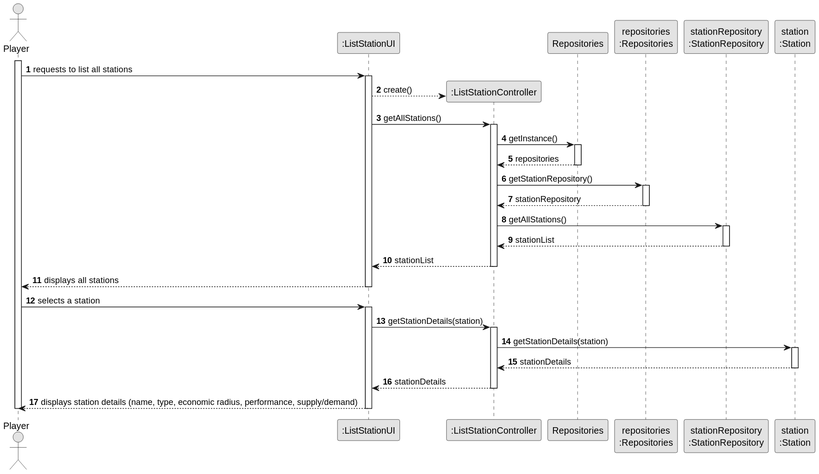
The PlantUML diagram docs/system-documentation/sprint 3/US07/03.design/svg/US07-SD-full.svg in Educ00/mdisc-2425, before a commit. Its diagram source:
```plantuml
@startuml
skinparam monochrome true
skinparam packageStyle rectangle
skinparam shadowing false

autonumber

actor "Player" as PLAYER
participant ":ListStationUI" as UI
participant ":ListStationController" as CTRL
participant "Repositories" as REPOS
participant "repositories\n:Repositories" as REPOS_SINGLETON
participant "stationRepository\n:StationRepository" as STATION_REPO
participant "station\n:Station" as STATION

activate PLAYER

    PLAYER -> UI : requests to list all stations
    activate UI

           UI --> CTRL** : create()

        UI -> CTRL : getAllStations()
        activate CTRL

            CTRL -> REPOS : getInstance()
            activate REPOS
                REPOS --> CTRL : repositories
            deactivate REPOS

            CTRL -> REPOS_SINGLETON : getStationRepository()
            activate REPOS_SINGLETON
                REPOS_SINGLETON --> CTRL : stationRepository
            deactivate REPOS_SINGLETON

            CTRL -> STATION_REPO : getAllStations()
            activate STATION_REPO
                STATION_REPO --> CTRL : stationList
            deactivate STATION_REPO

            CTRL --> UI : stationList
        deactivate CTRL

        UI --> PLAYER : displays all stations
    deactivate UI

    PLAYER -> UI : selects a station
    activate UI

        UI -> CTRL : getStationDetails(station)
        activate CTRL

            CTRL -> STATION : getStationDetails(station)
            activate STATION

                STATION --> CTRL : stationDetails
            deactivate STATION

            CTRL --> UI : stationDetails
        deactivate CTRL

        UI --> PLAYER : displays station details (name, type, economic radius, performance, supply/demand)
    deactivate UI

deactivate PLAYER
@enduml
```
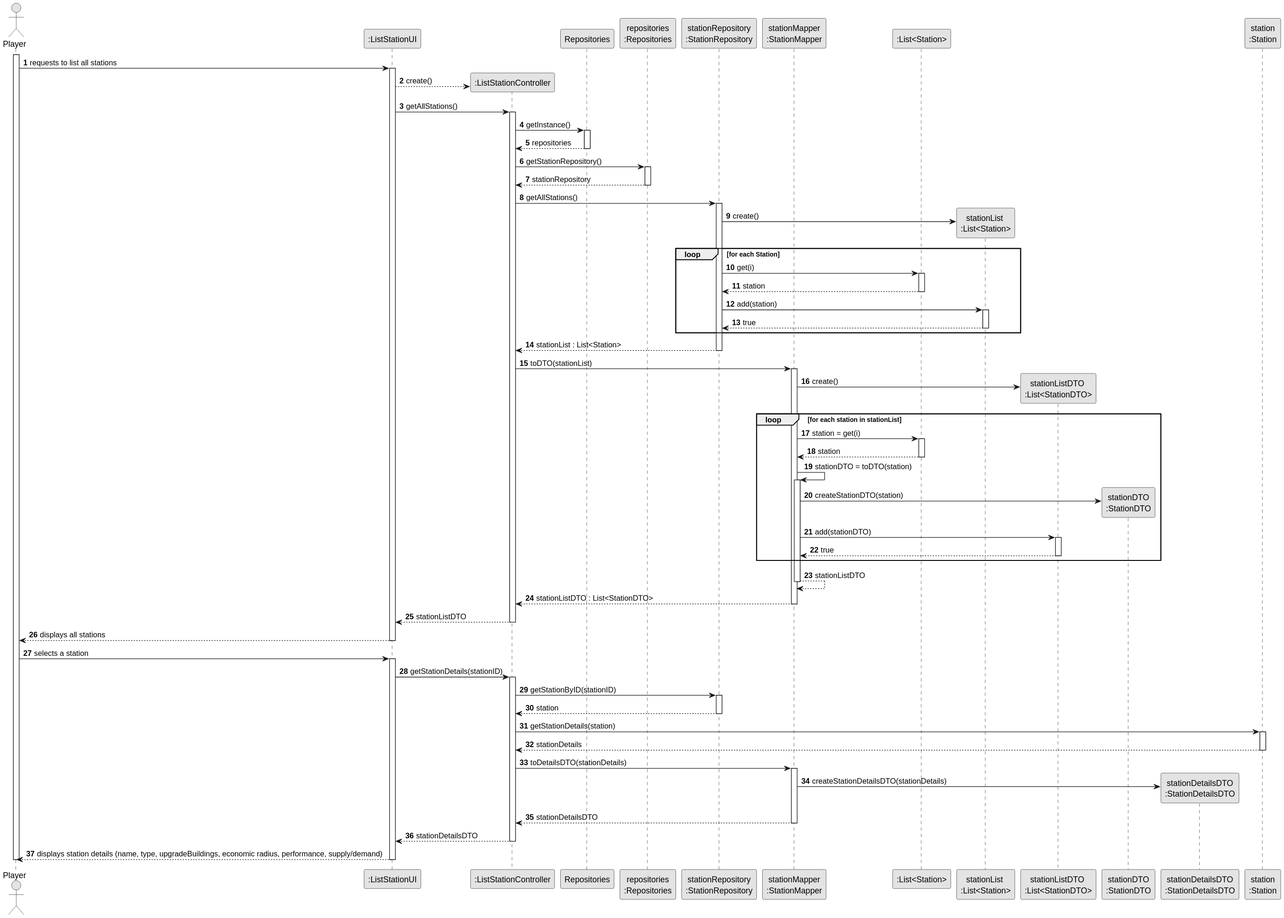
After the commit.

Diff of the diagram source:
```diff
@@ -1,24 +1,30 @@
 @startuml
-skinparam monochrome true
-skinparam packageStyle rectangle
-skinparam shadowing false
+    skinparam monochrome true
+    skinparam packageStyle rectangle
+    skinparam shadowing false
 
-autonumber
+    autonumber
 
-actor "Player" as PLAYER
-participant ":ListStationUI" as UI
-participant ":ListStationController" as CTRL
-participant "Repositories" as REPOS
-participant "repositories\n:Repositories" as REPOS_SINGLETON
-participant "stationRepository\n:StationRepository" as STATION_REPO
-participant "station\n:Station" as STATION
+    actor "Player" as PLAYER
+    participant ":ListStationUI" as UI
+    participant ":ListStationController" as CTRL
+    participant "Repositories" as REPOS
+    participant "repositories\n:Repositories" as REPOS_SINGLETON
+    participant "stationRepository\n:StationRepository" as STATION_REPO
+    participant "stationMapper\n:StationMapper" as StationMapper
+    participant ":List<Station>" as ListStation
+    participant "stationList \n:List<Station>" as stationList
+    participant "stationListDTO \n:List<StationDTO>" as StationListDto
+    participant "stationDTO\n:StationDTO" as StationDto
+    participant "stationDetailsDTO\n:StationDetailsDTO" as StationDetailsDto
+    participant "station\n:Station" as STATION
 
-activate PLAYER
+    activate PLAYER
 
     PLAYER -> UI : requests to list all stations
     activate UI
 
-           UI --> CTRL** : create()
+        UI --> CTRL** : create()
 
         UI -> CTRL : getAllStations()
         activate CTRL
@@ -35,10 +41,39 @@
 
             CTRL -> STATION_REPO : getAllStations()
             activate STATION_REPO
-                STATION_REPO --> CTRL : stationList
+                STATION_REPO -> stationList ** : create()
+                loop for each Station
+                    STATION_REPO -> ListStation++ : get(i)
+                    ListStation --> STATION_REPO-- : station
+                    STATION_REPO -> stationList++ : add(station)
+                    stationList --> STATION_REPO-- : true
+                end
+                STATION_REPO --> CTRL : stationList : List<Station>
             deactivate STATION_REPO
 
-            CTRL --> UI : stationList
+            CTRL -> StationMapper : toDTO(stationList)
+            activate StationMapper
+                StationMapper -> StationListDto ** : create()
+                loop for each station in stationList
+                    StationMapper -> ListStation : station = get(i)
+                    activate ListStation
+                    ListStation --> StationMapper : station
+                    deactivate ListStation
+                    StationMapper -> StationMapper : stationDTO = toDTO(station)
+                    activate StationMapper
+                    StationMapper -> StationDto** : createStationDTO(station)
+                    StationMapper -> StationListDto : add(stationDTO)
+                    activate StationListDto
+                    StationListDto --> StationMapper : true
+                    deactivate StationListDto
+                end
+                StationMapper --> StationMapper : stationListDTO
+                deactivate StationMapper
+
+            StationMapper --> CTRL : stationListDTO : List<StationDTO>
+            deactivate StationMapper
+
+            CTRL --> UI : stationListDTO
         deactivate CTRL
 
         UI --> PLAYER : displays all stations
@@ -47,20 +82,30 @@
     PLAYER -> UI : selects a station
     activate UI
 
-        UI -> CTRL : getStationDetails(station)
+        UI -> CTRL : getStationDetails(stationID)
         activate CTRL
+
+            CTRL -> STATION_REPO : getStationByID(stationID)
+            activate STATION_REPO
+                STATION_REPO --> CTRL : station
+            deactivate STATION_REPO
 
             CTRL -> STATION : getStationDetails(station)
             activate STATION
-
-                STATION --> CTRL : stationDetails
+            STATION --> CTRL: stationDetails
             deactivate STATION
 
-            CTRL --> UI : stationDetails
+            CTRL -> StationMapper : toDetailsDTO(stationDetails)
+            activate StationMapper
+                StationMapper -> StationDetailsDto** : createStationDetailsDTO(stationDetails)
+                StationMapper --> CTRL : stationDetailsDTO
+            deactivate StationMapper
+
+            CTRL --> UI : stationDetailsDTO
         deactivate CTRL
 
-        UI --> PLAYER : displays station details (name, type, economic radius, performance, supply/demand)
+        UI --> PLAYER : displays station details (name, type, upgradeBuildings, economic radius, performance, supply/demand)
     deactivate UI
 
-deactivate PLAYER
-@enduml
+    deactivate PLAYER
+    @enduml
```
